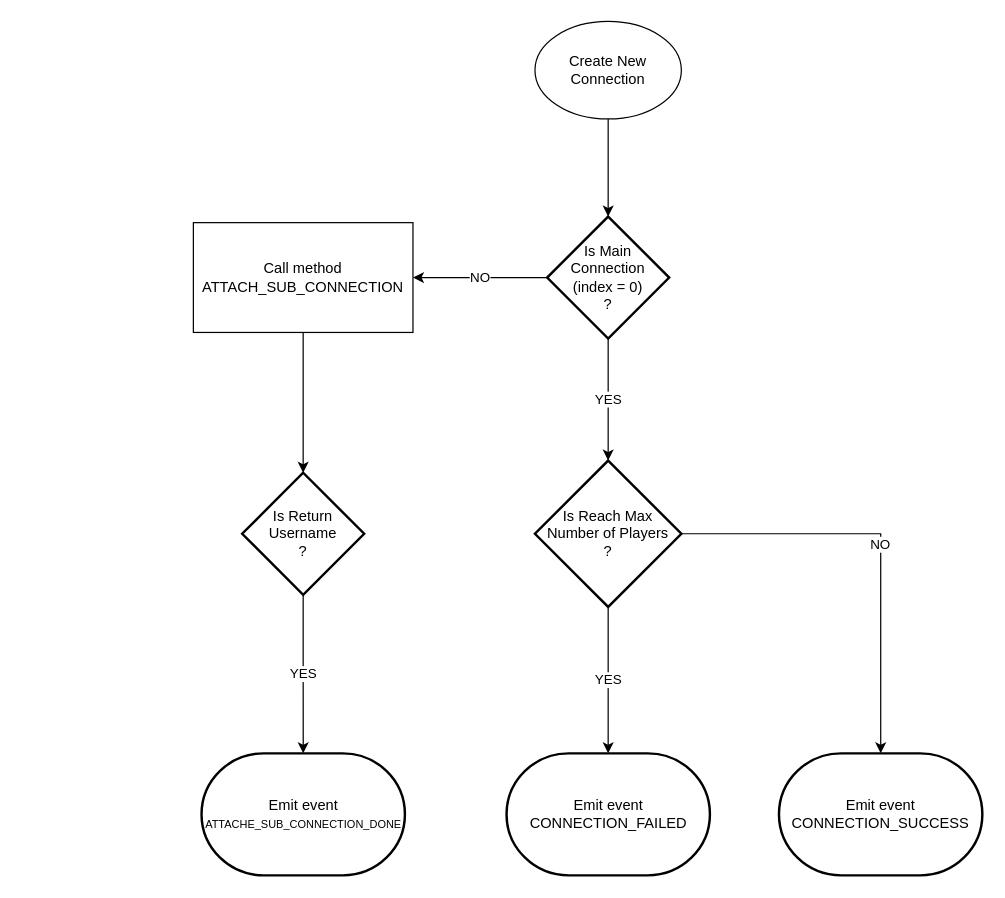
Above: page "Create Connection Mechanism" (2 of 4) of documents/flowchart/tenio.drawio in congcoi123/tenio (draw.io), before the change. Source tidied: cells renumbered, new cells numbered last; positions are measured from the earlier drawing's top-left corner, leaving out a move shared by most shapes. Both pictures are drawn from the tidied source at 122%, with x=0, y=0 at pixel (193, 21).
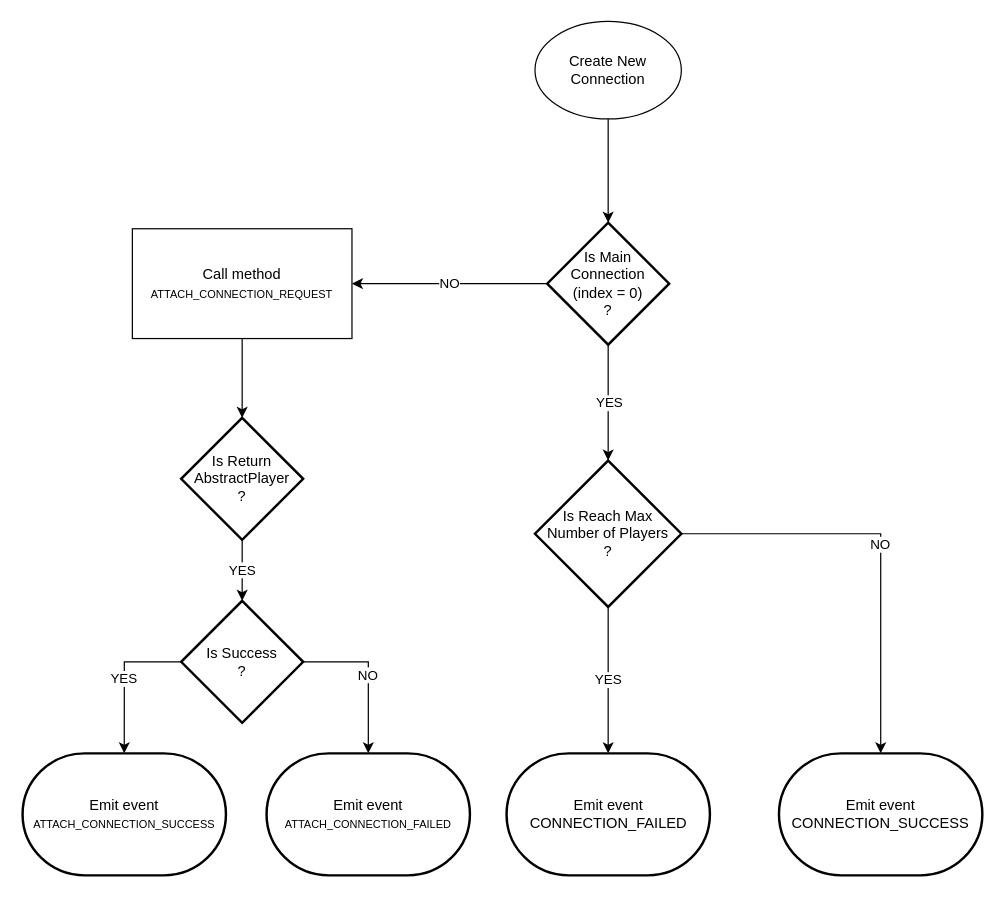
The same page after the edit.

What changed in the source:
```diff
@@
     <mxCell id="6" value="Is Main Connection&lt;br&gt;(index = 0)&lt;br&gt;?" style="strokeWidth=2;html=1;shape=mxgraph.flowchart.decision;whiteSpace=wrap;" parent="1" vertex="1">
-      <mxGeometry x="290" y="160" width="100" height="100" as="geometry" />
+      <mxGeometry x="290" y="165" width="100" height="100" as="geometry" />
     </mxCell>
@@
-    <mxCell id="13" value="Call method&lt;br&gt;ATTACH_SUB_CONNECTION" style="rounded=0;whiteSpace=wrap;html=1;" parent="1" vertex="1">
-      <mxGeometry y="165" width="180" height="90" as="geometry" />
+    <mxCell id="13" value="Call method&lt;br&gt;&lt;font style=&quot;font-size: 9px&quot;&gt;ATTACH_CONNECTION_REQUEST&lt;/font&gt;" style="rounded=0;whiteSpace=wrap;html=1;" parent="1" vertex="1">
+      <mxGeometry x="-50" y="170" width="180" height="90" as="geometry" />
     </mxCell>
-    <mxCell id="14" value="YES" style="edgeStyle=orthogonalEdgeStyle;rounded=0;jettySize=auto;html=1;exitX=0.5;exitY=1;exitDx=0;exitDy=0;exitPerimeter=0;entryX=0.5;entryY=0;entryDx=0;entryDy=0;entryPerimeter=0;" parent="1" edge="1" source="15" target="16">
-      <mxGeometry relative="1" as="geometry" />
-    </mxCell>
+    <mxCell id="17" value="YES" style="edgeStyle=orthogonalEdgeStyle;rounded=0;jettySize=auto;html=1;exitX=0.5;exitY=1;exitDx=0;exitDy=0;exitPerimeter=0;" parent="1" edge="1" source="15" target="20">
+      <mxGeometry relative="1" as="geometry" />
+    </mxCell>
-    <mxCell id="15" value="Is Return&lt;br&gt;Username&lt;br&gt;?" style="strokeWidth=2;html=1;shape=mxgraph.flowchart.decision;whiteSpace=wrap;" parent="1" vertex="1">
-      <mxGeometry x="40" y="370" width="100" height="100" as="geometry" />
+    <mxCell id="15" value="Is Return&lt;br&gt;AbstractPlayer&lt;br&gt;?" style="strokeWidth=2;html=1;shape=mxgraph.flowchart.decision;whiteSpace=wrap;" parent="1" vertex="1">
+      <mxGeometry x="-10" y="325" width="100" height="100" as="geometry" />
     </mxCell>
-    <mxCell id="16" value="Emit event&lt;br&gt;&lt;p class=&quot;p1&quot; style=&quot;margin: 0px ; font-stretch: normal ; line-height: normal&quot;&gt;&lt;font style=&quot;font-size: 9px&quot;&gt;ATTACHE_SUB_CONNECTION_DONE&lt;/font&gt;&lt;/p&gt;" style="strokeWidth=2;html=1;shape=mxgraph.flowchart.terminator;whiteSpace=wrap;" parent="1" vertex="1">
-      <mxGeometry x="6.7" y="600" width="166.7" height="100" as="geometry" />
+    <mxCell id="16" value="Emit event&lt;br&gt;&lt;p class=&quot;p1&quot; style=&quot;margin: 0px ; font-stretch: normal ; line-height: normal&quot;&gt;&lt;font style=&quot;font-size: 9px&quot;&gt;ATTACH_CONNECTION_SUCCESS&lt;/font&gt;&lt;/p&gt;" style="strokeWidth=2;html=1;shape=mxgraph.flowchart.terminator;whiteSpace=wrap;" parent="1" vertex="1">
+      <mxGeometry x="-140" y="600" width="166.7" height="100" as="geometry" />
     </mxCell>
+    <mxCell id="18" value="YES" style="edgeStyle=orthogonalEdgeStyle;rounded=0;jettySize=auto;html=1;exitX=0;exitY=0.5;exitDx=0;exitDy=0;exitPerimeter=0;entryX=0.5;entryY=0;entryDx=0;entryDy=0;entryPerimeter=0;" parent="1" edge="1" source="20" target="16">
+      <mxGeometry relative="1" as="geometry" />
+    </mxCell>
+    <mxCell id="19" value="NO" style="edgeStyle=orthogonalEdgeStyle;rounded=0;jettySize=auto;html=1;exitX=1;exitY=0.5;exitDx=0;exitDy=0;exitPerimeter=0;" parent="1" edge="1" source="20" target="21">
+      <mxGeometry relative="1" as="geometry" />
+    </mxCell>
+    <mxCell id="20" value="Is Success&lt;br&gt;?" style="strokeWidth=2;html=1;shape=mxgraph.flowchart.decision;whiteSpace=wrap;" parent="1" vertex="1">
+      <mxGeometry x="-10" y="475" width="100" height="100" as="geometry" />
+    </mxCell>
+    <mxCell id="21" value="Emit event&lt;br&gt;&lt;p class=&quot;p1&quot; style=&quot;margin: 0px ; font-stretch: normal ; line-height: normal&quot;&gt;&lt;font style=&quot;font-size: 9px&quot;&gt;ATTACH_CONNECTION_FAILED&lt;/font&gt;&lt;/p&gt;" style="strokeWidth=2;html=1;shape=mxgraph.flowchart.terminator;whiteSpace=wrap;" parent="1" vertex="1">
+      <mxGeometry x="60" y="600" width="166.7" height="100" as="geometry" />
+    </mxCell>
```
